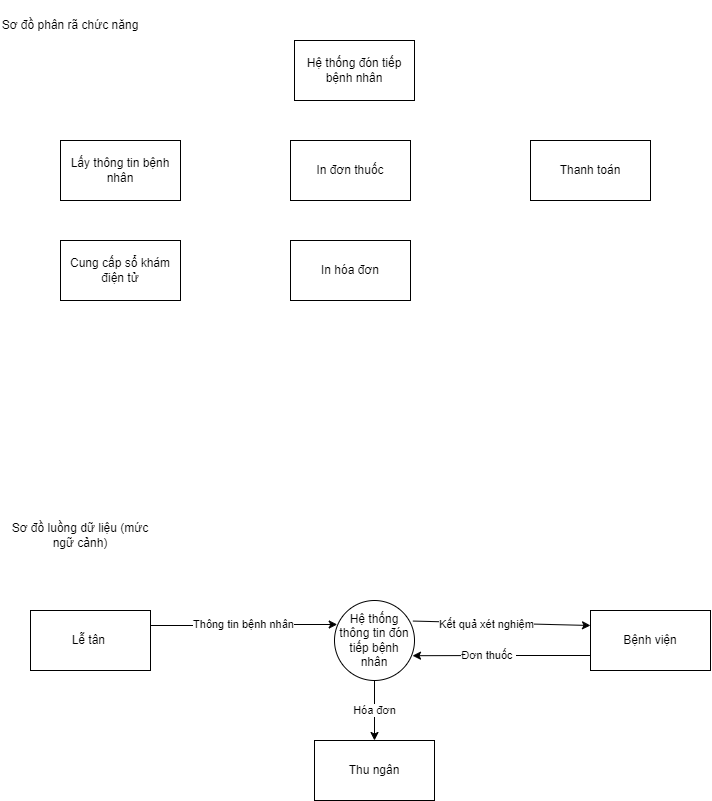
The draw.io diagram DFD4.png in InfiniteByte1811/branch1, before a commit. Source tidied: cells renumbered, new cells last; positions are measured from the earlier drawing's top-left corner, leaving out a move shared by most shapes.
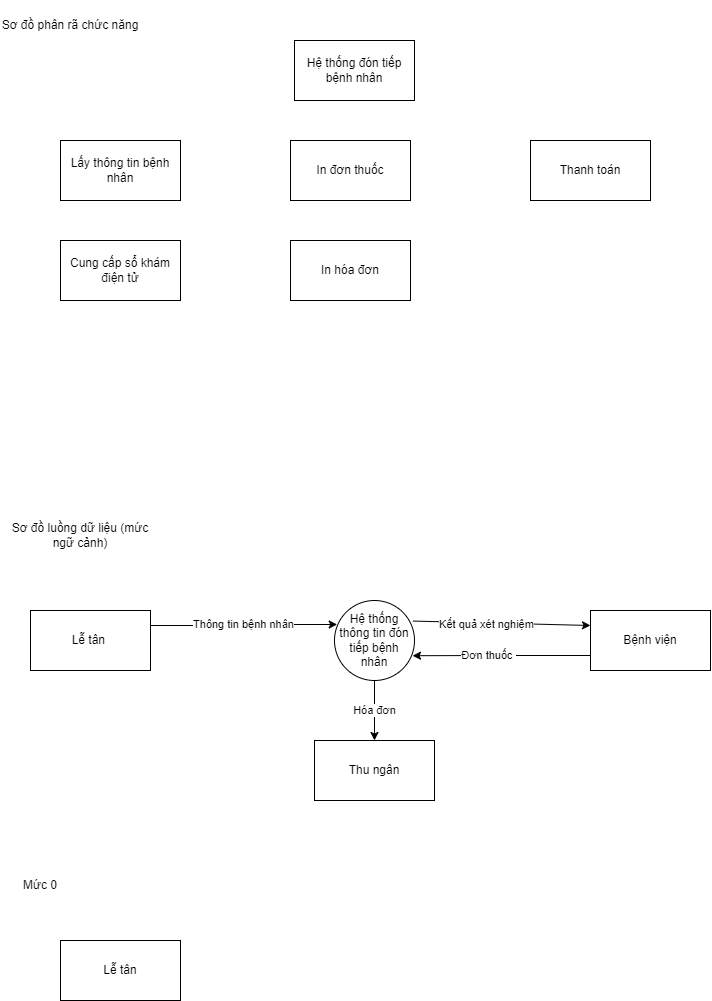
The same file after the commit.

Commit message:
Cập nhật DFD4.png

Diff of the diagram source:
```diff
@@ -56,5 +56,11 @@
     <mxCell id="19" value="Thu ngân" style="rounded=0;whiteSpace=wrap;html=1;" parent="1" vertex="1">
       <mxGeometry x="314" y="740" width="120" height="60" as="geometry" />
     </mxCell>
+    <mxCell id="20" value="Mức 0" style="text;html=1;strokeColor=none;fillColor=none;align=center;verticalAlign=middle;whiteSpace=wrap;rounded=0;" parent="1" vertex="1">
+      <mxGeometry x="10" y="870" width="60" height="30" as="geometry" />
+    </mxCell>
+    <mxCell id="21" value="Lễ tân" style="rounded=0;whiteSpace=wrap;html=1;" parent="1" vertex="1">
+      <mxGeometry x="60" y="940" width="120" height="60" as="geometry" />
+    </mxCell>
   </root>
 </mxGraphModel>
```
